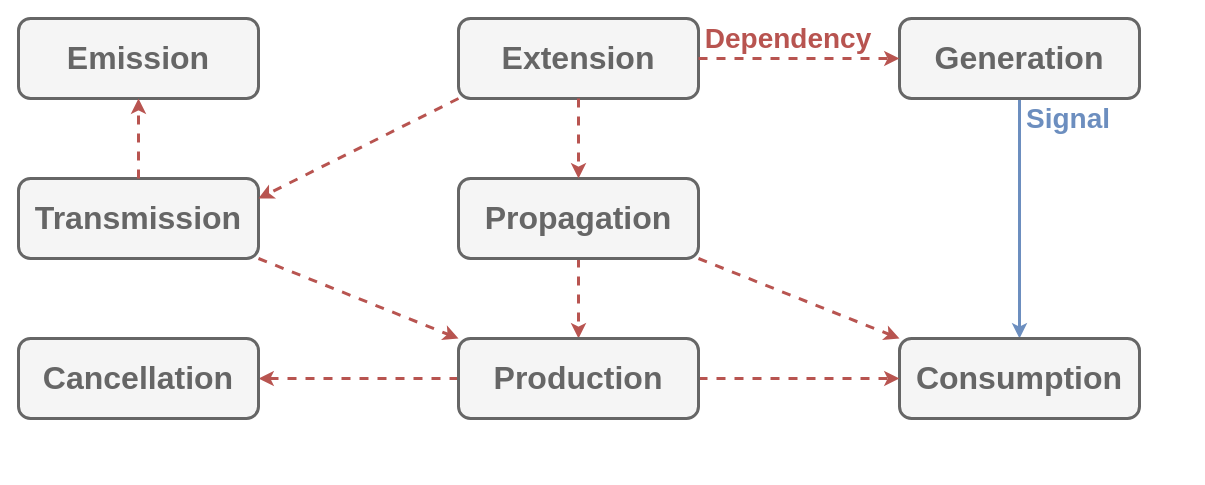
This is Documentation/Resources/Signalization.drawio from do-i-know-it/YggdrAshill.Nuadha, a draw.io file, before an edit. Source tidied: cells renumbered, new cells numbered last; positions are measured from the earlier drawing's top-left corner, leaving out a move shared by most shapes. Both pictures are drawn from the tidied source at 100%, with x=0, y=0 at pixel (18, 18).
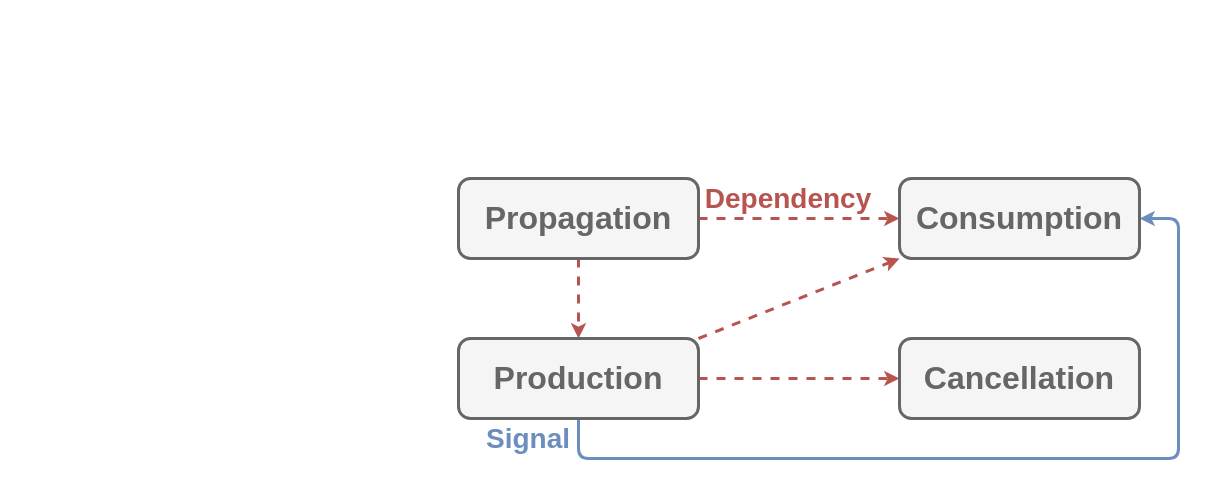
The same diagram, later.

The change refers to these unchanged cells:
```xml
<mxCell id="13" value="&lt;b style=&quot;color: rgb(102 , 102 , 102) ; font-size: 32px&quot;&gt;Production&lt;/b&gt;" style="rounded=1;whiteSpace=wrap;html=1;strokeWidth=3;fillColor=#f5f5f5;strokeColor=#666666;fontColor=#333333;" parent="1" vertex="1">
  <mxGeometry x="440" y="320" width="240" height="80" as="geometry" />
</mxCell>
<mxCell id="16" value="&lt;font color=&quot;#666666&quot;&gt;&lt;span style=&quot;font-size: 32px&quot;&gt;&lt;b&gt;Propagation&lt;/b&gt;&lt;/span&gt;&lt;/font&gt;" style="rounded=1;whiteSpace=wrap;html=1;fillColor=#f5f5f5;strokeColor=#666666;strokeWidth=3;fontColor=#333333;" parent="1" vertex="1">
  <mxGeometry x="440" y="160" width="240" height="80" as="geometry" />
</mxCell>
```

The edit, as a diff of the source:
```diff
@@
-    <mxCell id="2" style="endArrow=classic;html=1;fillColor=#f8cecc;strokeColor=#b85450;strokeWidth=3;dashed=1;exitX=0;exitY=0.5;exitDx=0;exitDy=0;" parent="1" edge="1" source="13" target="7">
+    <mxCell id="2" style="endArrow=classic;html=1;fillColor=#f8cecc;strokeColor=#b85450;strokeWidth=3;dashed=1;exitX=1;exitY=0.5;exitDx=0;exitDy=0;" parent="1" edge="1" source="13" target="7">
       <mxGeometry relative="1" as="geometry" />
     </mxCell>
-    <mxCell id="3" style="endArrow=classic;html=1;strokeWidth=3;fillColor=#dae8fc;strokeColor=#6c8ebf;elbow=vertical;startArrow=none;exitX=0.5;exitY=1;exitDx=0;exitDy=0;" parent="1" edge="1" source="17" target="6">
-      <mxGeometry relative="1" as="geometry" />
+    <mxCell id="3" style="endArrow=classic;html=1;strokeWidth=3;fillColor=#dae8fc;strokeColor=#6c8ebf;elbow=vertical;startArrow=none;exitX=0.5;exitY=1;exitDx=0;exitDy=0;entryX=1;entryY=0.5;entryDx=0;entryDy=0;edgeStyle=orthogonalEdgeStyle;" parent="1" edge="1" source="13" target="6">
+      <mxGeometry relative="1" as="geometry">
+        <Array as="points">
+          <mxPoint x="560" y="440" />
+          <mxPoint x="1160" y="440" />
+          <mxPoint x="1160" y="200" />
+        </Array>
+      </mxGeometry>
     </mxCell>
     <mxCell id="4" value="&lt;b&gt;&lt;font style=&quot;font-size: 28px&quot; color=&quot;#b85450&quot;&gt;Dependency&lt;/font&gt;&lt;/b&gt;" style="text;html=1;align=center;verticalAlign=middle;whiteSpace=wrap;rounded=0;" parent="1" vertex="1">
-      <mxGeometry x="680" width="180" height="40" as="geometry" />
+      <mxGeometry x="680" y="160" width="180" height="40" as="geometry" />
     </mxCell>
     <mxCell id="5" value="&lt;b&gt;&lt;font style=&quot;font-size: 28px&quot; color=&quot;#6c8ebf&quot;&gt;Signal&lt;/font&gt;&lt;/b&gt;" style="text;html=1;align=center;verticalAlign=middle;whiteSpace=wrap;rounded=0;" parent="1" vertex="1">
-      <mxGeometry x="1000" y="80" width="100" height="40" as="geometry" />
+      <mxGeometry x="460" y="400" width="100" height="40" as="geometry" />
     </mxCell>
     <mxCell id="6" value="&lt;font style=&quot;font-size: 32px&quot; color=&quot;#666666&quot;&gt;&lt;b&gt;Consumption&lt;/b&gt;&lt;/font&gt;" style="rounded=1;whiteSpace=wrap;html=1;fillColor=#f5f5f5;strokeColor=#666666;strokeWidth=3;fontColor=#333333;" parent="1" vertex="1">
-      <mxGeometry x="881" y="320" width="240" height="80" as="geometry" />
+      <mxGeometry x="881" y="160" width="240" height="80" as="geometry" />
     </mxCell>
     <mxCell id="7" value="&lt;font style=&quot;font-size: 32px&quot; color=&quot;#666666&quot;&gt;&lt;b&gt;Cancellation&lt;/b&gt;&lt;/font&gt;" style="rounded=1;whiteSpace=wrap;html=1;fillColor=#f5f5f5;strokeColor=#666666;strokeWidth=3;fontColor=#333333;" parent="1" vertex="1">
-      <mxGeometry y="320" width="240" height="80" as="geometry" />
+      <mxGeometry x="881" y="320" width="240" height="80" as="geometry" />
     </mxCell>
-    <mxCell id="8" style="endArrow=classic;html=1;exitX=1;exitY=0.5;exitDx=0;exitDy=0;fillColor=#f8cecc;strokeColor=#b85450;strokeWidth=3;dashed=1;entryX=0;entryY=0.5;entryDx=0;entryDy=0;" parent="1" edge="1" source="13" target="6">
+    <mxCell id="8" style="endArrow=classic;html=1;exitX=1;exitY=0;exitDx=0;exitDy=0;fillColor=#f8cecc;strokeColor=#b85450;strokeWidth=3;dashed=1;entryX=0;entryY=1;entryDx=0;entryDy=0;" parent="1" edge="1" source="13" target="6">
       <mxGeometry relative="1" as="geometry" />
     </mxCell>
-    <mxCell id="9" value="&lt;b style=&quot;color: rgb(102 , 102 , 102) ; font-size: 32px&quot;&gt;Emission&lt;/b&gt;" style="rounded=1;whiteSpace=wrap;html=1;fillColor=#f5f5f5;strokeColor=#666666;strokeWidth=3;fontColor=#333333;" parent="1" vertex="1">
-      <mxGeometry width="240" height="80" as="geometry" />
-    </mxCell>
-    <mxCell id="10" value="&lt;font color=&quot;#666666&quot;&gt;&lt;span style=&quot;font-size: 32px&quot;&gt;&lt;b&gt;Transmission&lt;/b&gt;&lt;/span&gt;&lt;/font&gt;" style="rounded=1;whiteSpace=wrap;html=1;fillColor=#f5f5f5;strokeColor=#666666;strokeWidth=3;fontColor=#333333;" parent="1" vertex="1">
-      <mxGeometry y="160" width="240" height="80" as="geometry" />
-    </mxCell>
-    <mxCell id="11" style="endArrow=classic;html=1;fillColor=#f8cecc;strokeColor=#b85450;strokeWidth=3;dashed=1;exitX=1;exitY=1;exitDx=0;exitDy=0;entryX=0;entryY=0;entryDx=0;entryDy=0;" parent="1" edge="1" source="16" target="6">
+    <mxCell id="11" style="endArrow=classic;html=1;fillColor=#f8cecc;strokeColor=#b85450;strokeWidth=3;dashed=1;exitX=1;exitY=0.5;exitDx=0;exitDy=0;" parent="1" edge="1" source="16" target="6">
       <mxGeometry relative="1" as="geometry" />
     </mxCell>
-    <mxCell id="12" style="endArrow=classic;html=1;exitX=0.5;exitY=1;exitDx=0;exitDy=0;fillColor=#f8cecc;strokeColor=#b85450;strokeWidth=3;dashed=1;" parent="1" edge="1" source="16" target="13">
+    <mxCell id="12" style="endArrow=classic;html=1;fillColor=#f8cecc;strokeColor=#b85450;strokeWidth=3;dashed=1;" parent="1" edge="1" source="16" target="13">
       <mxGeometry relative="1" as="geometry" />
     </mxCell>
@@
-    <mxCell id="14" style="endArrow=classic;html=1;fillColor=#f8cecc;strokeColor=#b85450;strokeWidth=3;dashed=1;exitX=0.5;exitY=0;exitDx=0;exitDy=0;entryX=0.5;entryY=1;entryDx=0;entryDy=0;" parent="1" edge="1" source="10" target="9">
-      <mxGeometry relative="1" as="geometry" />
-    </mxCell>
-    <mxCell id="15" style="endArrow=classic;html=1;fillColor=#f8cecc;strokeColor=#b85450;strokeWidth=3;dashed=1;entryX=0;entryY=0;entryDx=0;entryDy=0;exitX=1;exitY=1;exitDx=0;exitDy=0;" parent="1" edge="1" source="10" target="13">
-      <mxGeometry relative="1" as="geometry" />
-    </mxCell>
@@
-    <mxCell id="17" value="&lt;b style=&quot;color: rgb(102 , 102 , 102) ; font-size: 32px&quot;&gt;Generation&lt;/b&gt;" style="rounded=1;whiteSpace=wrap;html=1;fillColor=#f5f5f5;strokeColor=#666666;strokeWidth=3;fontColor=#333333;" parent="1" vertex="1">
-      <mxGeometry x="881" width="240" height="80" as="geometry" />
-    </mxCell>
-    <mxCell id="18" value="&lt;font color=&quot;#666666&quot;&gt;&lt;span style=&quot;font-size: 32px&quot;&gt;&lt;b&gt;Extension&lt;/b&gt;&lt;/span&gt;&lt;/font&gt;" style="rounded=1;whiteSpace=wrap;html=1;fillColor=#f5f5f5;strokeColor=#666666;strokeWidth=3;fontColor=#333333;" parent="1" vertex="1">
-      <mxGeometry x="440" width="240" height="80" as="geometry" />
-    </mxCell>
-    <mxCell id="19" style="endArrow=classic;html=1;entryX=1;entryY=0.25;entryDx=0;entryDy=0;fillColor=#f8cecc;strokeColor=#b85450;strokeWidth=3;dashed=1;exitX=0;exitY=1;exitDx=0;exitDy=0;" parent="1" edge="1" source="18" target="10">
-      <mxGeometry relative="1" as="geometry" />
-    </mxCell>
-    <mxCell id="20" style="endArrow=classic;html=1;entryX=0.5;entryY=0;entryDx=0;entryDy=0;fillColor=#f8cecc;strokeColor=#b85450;strokeWidth=3;dashed=1;exitX=0.5;exitY=1;exitDx=0;exitDy=0;" parent="1" edge="1" source="18" target="16">
-      <mxGeometry relative="1" as="geometry" />
-    </mxCell>
-    <mxCell id="21" style="endArrow=classic;html=1;entryX=0;entryY=0.5;entryDx=0;entryDy=0;fillColor=#f8cecc;strokeColor=#b85450;strokeWidth=3;dashed=1;exitX=1;exitY=0.5;exitDx=0;exitDy=0;" parent="1" edge="1" source="18" target="17">
-      <mxGeometry relative="1" as="geometry" />
-    </mxCell>
```
